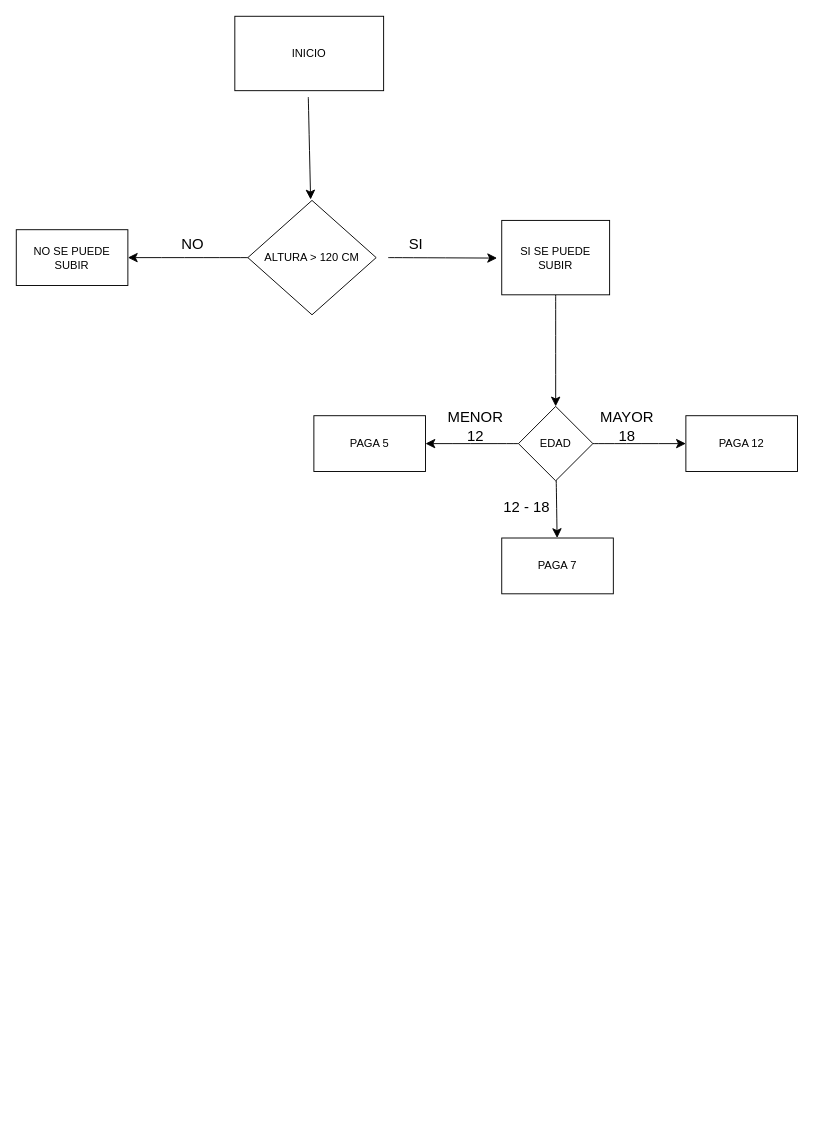
Before: Day 3/auditorium_exercises/Rollercoaster Diagram.drawio in Samuel-Riedel/python_100_days, a draw.io diagram. Source tidied: cells renumbered, new cells numbered last; positions are measured from the earlier drawing's top-left corner, leaving out a move shared by most shapes. Both pictures are drawn from the tidied source at 93%, with x=0, y=0 at pixel (16, 16).
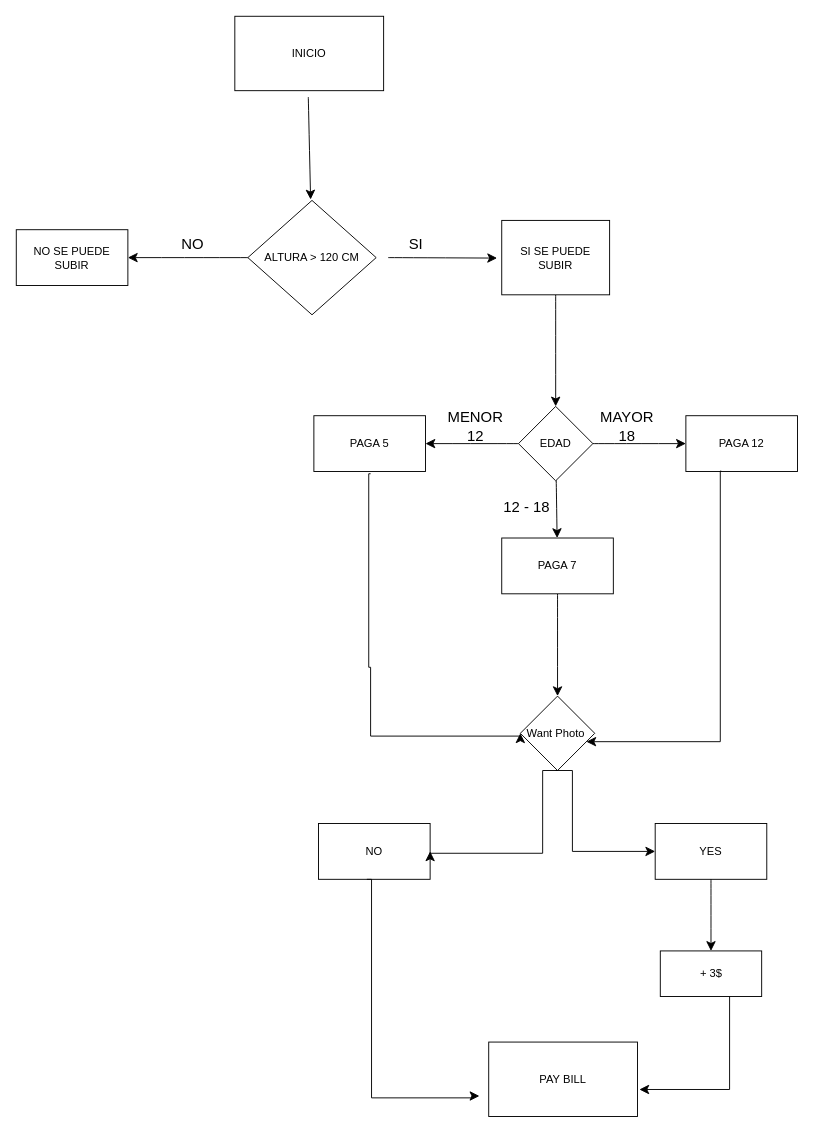
After the change.

The change refers to these unchanged cells:
```xml
<mxCell id="16" value="PAGA 7" style="whiteSpace=wrap;html=1;rounded=0;" parent="1" vertex="1">
  <mxGeometry x="522" y="561" width="120" height="60" as="geometry" />
</mxCell>
<mxCell id="17" value="PAGA 12" style="whiteSpace=wrap;html=1;rounded=0;" parent="1" vertex="1">
  <mxGeometry x="720" y="429.5" width="120" height="60" as="geometry" />
</mxCell>
```

What changed in the source:
```diff
@@
+    <mxCell id="22" style="edgeStyle=none;curved=1;rounded=0;jettySize=auto;html=1;fontSize=12;startSize=8;endSize=8;" parent="1" edge="1" source="16" target="23">
+      <mxGeometry relative="1" as="geometry" />
+    </mxCell>
@@
+    <mxCell id="23" value="Want Photo&amp;nbsp;" style="rhombus;whiteSpace=wrap;html=1;rounded=0;" parent="1" vertex="1">
+      <mxGeometry x="542" y="731" width="80" height="80" as="geometry" />
+    </mxCell>
+    <mxCell id="24" value="NO" style="rounded=0;whiteSpace=wrap;html=1;" parent="1" vertex="1">
+      <mxGeometry x="325" y="868" width="120" height="60" as="geometry" />
+    </mxCell>
+    <mxCell id="25" value="YES" style="whiteSpace=wrap;html=1;rounded=0;" parent="1" vertex="1">
+      <mxGeometry x="687" y="868" width="120" height="60" as="geometry" />
+    </mxCell>
+    <mxCell id="26" style="edgeStyle=segmentEdgeStyle;endArrow=classic;html=1;curved=0;rounded=0;endSize=8;startSize=8;sourcePerimeterSpacing=0;targetPerimeterSpacing=0;fontSize=12;exitX=0.75;exitY=1;exitDx=0;exitDy=0;entryX=0;entryY=0.5;entryDx=0;entryDy=0;" parent="1" edge="1" target="23">
+      <mxGeometry relative="1" as="geometry">
+        <mxPoint x="381" y="491.9" as="sourcePoint" />
+        <Array as="points">
+          <mxPoint x="379" y="492" />
+          <mxPoint x="379" y="700" />
+          <mxPoint x="381" y="700" />
+          <mxPoint x="381" y="774" />
+          <mxPoint x="542" y="774" />
+        </Array>
+      </mxGeometry>
+    </mxCell>
+    <mxCell id="27" style="edgeStyle=segmentEdgeStyle;endArrow=classic;html=1;curved=0;rounded=0;endSize=8;startSize=8;sourcePerimeterSpacing=0;targetPerimeterSpacing=0;fontSize=12;exitX=0.317;exitY=0.992;exitDx=0;exitDy=0;exitPerimeter=0;" parent="1" edge="1" source="17" target="23">
+      <mxGeometry relative="1" as="geometry">
+        <Array as="points">
+          <mxPoint x="757" y="489" />
+          <mxPoint x="757" y="780" />
+        </Array>
+      </mxGeometry>
+    </mxCell>
+    <mxCell id="28" style="edgeStyle=segmentEdgeStyle;endArrow=classic;html=1;curved=0;rounded=0;endSize=8;startSize=8;sourcePerimeterSpacing=0;targetPerimeterSpacing=0;fontSize=12;exitX=0.5;exitY=1;exitDx=0;exitDy=0;entryX=1;entryY=0.5;entryDx=0;entryDy=0;" parent="1" edge="1" source="23" target="24">
+      <mxGeometry relative="1" as="geometry">
+        <Array as="points">
+          <mxPoint x="566" y="811" />
+          <mxPoint x="566" y="900" />
+          <mxPoint x="445" y="900" />
+        </Array>
+      </mxGeometry>
+    </mxCell>
+    <mxCell id="29" style="edgeStyle=segmentEdgeStyle;endArrow=classic;html=1;curved=0;rounded=0;endSize=8;startSize=8;sourcePerimeterSpacing=0;targetPerimeterSpacing=0;fontSize=12;entryX=0;entryY=0.5;entryDx=0;entryDy=0;" parent="1" edge="1" target="25">
+      <mxGeometry relative="1" as="geometry">
+        <mxPoint x="580" y="811" as="sourcePoint" />
+        <Array as="points">
+          <mxPoint x="598" y="811" />
+          <mxPoint x="598" y="898" />
+        </Array>
+      </mxGeometry>
+    </mxCell>
+    <mxCell id="30" value="+ 3$" style="rounded=0;whiteSpace=wrap;html=1;" parent="1" vertex="1">
+      <mxGeometry x="692.5" y="1005" width="109" height="49" as="geometry" />
+    </mxCell>
+    <mxCell id="31" style="edgeStyle=segmentEdgeStyle;endArrow=classic;html=1;curved=0;rounded=0;endSize=8;startSize=8;sourcePerimeterSpacing=0;targetPerimeterSpacing=0;fontSize=12;" parent="1" edge="1" source="30">
+      <mxGeometry relative="1" as="geometry">
+        <mxPoint x="670" y="1154" as="targetPoint" />
+        <Array as="points">
+          <mxPoint x="767" y="1154" />
+        </Array>
+      </mxGeometry>
+    </mxCell>
+    <mxCell id="32" value="PAY BILL" style="rounded=0;whiteSpace=wrap;html=1;" parent="1" vertex="1">
+      <mxGeometry x="508" y="1103" width="160" height="80" as="geometry" />
+    </mxCell>
+    <mxCell id="33" style="edgeStyle=segmentEdgeStyle;endArrow=classic;html=1;curved=0;rounded=0;endSize=8;startSize=8;sourcePerimeterSpacing=0;targetPerimeterSpacing=0;fontSize=12;exitX=0.433;exitY=1;exitDx=0;exitDy=0;exitPerimeter=0;" parent="1" edge="1" source="24">
+      <mxGeometry relative="1" as="geometry">
+        <mxPoint x="498" y="1161" as="targetPoint" />
+        <Array as="points">
+          <mxPoint x="382" y="928" />
+          <mxPoint x="382" y="1163" />
+          <mxPoint x="490" y="1163" />
+        </Array>
+      </mxGeometry>
+    </mxCell>
+    <mxCell id="34" style="edgeStyle=none;jettySize=auto;html=1;rounded=0;fontSize=12;startSize=8;endSize=8;curved=1;exitX=0.5;exitY=1;exitDx=0;exitDy=0;entryX=0.5;entryY=0;entryDx=0;entryDy=0;" parent="1" edge="1" source="25" target="30">
+      <mxGeometry relative="1" as="geometry" />
+    </mxCell>
```
